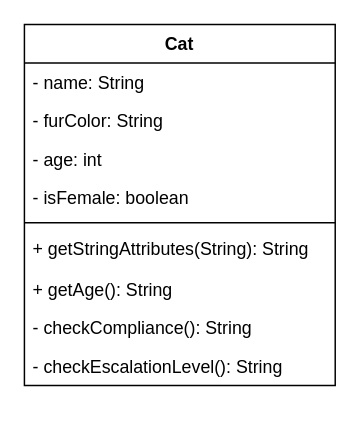
The draw.io diagram page "Cat_3" (3 of 3) of classdiagram.drawio in Bernhard1966/02c_Classes_Objects_2, before the edit. Source tidied: cells renumbered, new cells numbered last; positions are measured from the earlier drawing's top-left corner, leaving out a move shared by most shapes. Both pictures are drawn from the tidied source at 148%, with x=0, y=0 at pixel (24, 24).
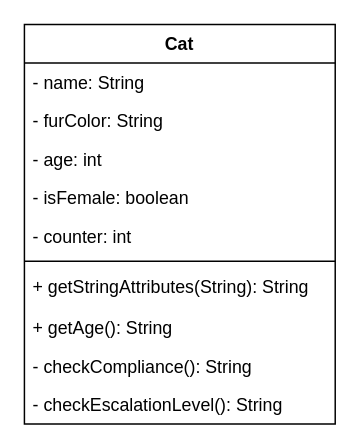
The same page after the edit.

Change to the diagram source:
```diff
@@
 <mxGraphModel>
   <root>
     <mxCell id="0" />
     <mxCell id="1" parent="0" />
     <mxCell id="2" value="Cat" style="swimlane;fontStyle=1;align=center;verticalAlign=top;horizontal=1;startSize=26;" parent="1" vertex="1">
-      <mxGeometry width="210" height="244" as="geometry" />
+      <mxGeometry width="210" height="270" as="geometry" />
     </mxCell>
     <mxCell id="3" value="- name: String" style="text;strokeColor=none;fillColor=none;align=left;verticalAlign=top;spacingLeft=4;spacingRight=4;overflow=hidden;" parent="2" vertex="1">
       <mxGeometry y="26" width="210" height="26" as="geometry" />
     </mxCell>
     <mxCell id="4" value="- furColor: String" style="text;strokeColor=none;fillColor=none;align=left;verticalAlign=top;spacingLeft=4;spacingRight=4;overflow=hidden;" parent="2" vertex="1">
       <mxGeometry y="52" width="210" height="26" as="geometry" />
     </mxCell>
     <mxCell id="5" value="- age: int" style="text;strokeColor=none;fillColor=none;align=left;verticalAlign=top;spacingLeft=4;spacingRight=4;overflow=hidden;" parent="2" vertex="1">
       <mxGeometry y="78" width="210" height="26" as="geometry" />
     </mxCell>
+    <mxCell id="12" value="- isFemale: boolean" style="text;strokeColor=none;fillColor=none;align=left;verticalAlign=top;spacingLeft=4;spacingRight=4;overflow=hidden;" parent="2" vertex="1">
+      <mxGeometry y="104" width="210" height="26" as="geometry" />
+    </mxCell>
-    <mxCell id="6" value="- isFemale: boolean" style="text;strokeColor=none;fillColor=none;align=left;verticalAlign=top;spacingLeft=4;spacingRight=4;overflow=hidden;" parent="2" vertex="1">
-      <mxGeometry y="104" width="210" height="26" as="geometry" />
+    <mxCell id="6" value="- counter: int" style="text;strokeColor=none;fillColor=none;align=left;verticalAlign=top;spacingLeft=4;spacingRight=4;overflow=hidden;" parent="2" vertex="1">
+      <mxGeometry y="130" width="210" height="26" as="geometry" />
     </mxCell>
     <mxCell id="7" style="line;strokeWidth=1;fillColor=none;align=left;verticalAlign=middle;spacingTop=-1;spacingLeft=3;spacingRight=3;labelPosition=right;" parent="2" vertex="1">
-      <mxGeometry y="130" width="210" height="8" as="geometry" />
+      <mxGeometry y="156" width="210" height="8" as="geometry" />
     </mxCell>
     <mxCell id="8" value="+ getStringAttributes(String): String" style="text;strokeColor=none;fillColor=none;align=left;verticalAlign=top;spacingLeft=4;spacingRight=4;overflow=hidden;" parent="2" vertex="1">
-      <mxGeometry y="138" width="210" height="28" as="geometry" />
+      <mxGeometry y="164" width="210" height="28" as="geometry" />
     </mxCell>
     <mxCell id="9" value="+ getAge(): String" style="text;strokeColor=none;fillColor=none;align=left;verticalAlign=top;spacingLeft=4;spacingRight=4;overflow=hidden;" parent="2" vertex="1">
-      <mxGeometry y="166" width="210" height="26" as="geometry" />
+      <mxGeometry y="192" width="210" height="26" as="geometry" />
     </mxCell>
     <mxCell id="10" value="- checkCompliance(): String" style="text;strokeColor=none;fillColor=none;align=left;verticalAlign=top;spacingLeft=4;spacingRight=4;overflow=hidden;" parent="2" vertex="1">
-      <mxGeometry y="192" width="210" height="26" as="geometry" />
+      <mxGeometry y="218" width="210" height="26" as="geometry" />
     </mxCell>
     <mxCell id="11" value="- checkEscalationLevel(): String" style="text;strokeColor=none;fillColor=none;align=left;verticalAlign=top;spacingLeft=4;spacingRight=4;overflow=hidden;" parent="2" vertex="1">
-      <mxGeometry y="218" width="210" height="26" as="geometry" />
+      <mxGeometry y="244" width="210" height="26" as="geometry" />
     </mxCell>
   </root>
 </mxGraphModel>
```
